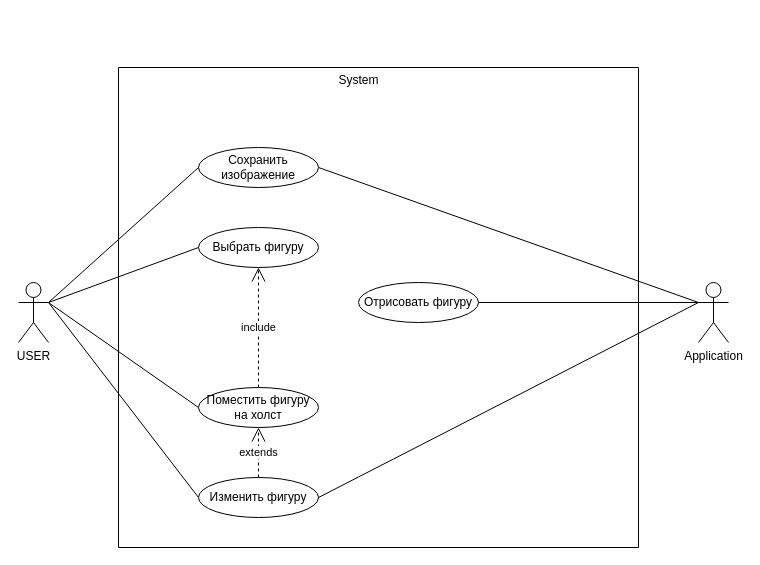
Before: Диаграмма без названия.drawio in MstislavRomanovski/ProgramIngeneering, a draw.io diagram. Source tidied: cells renumbered, new cells numbered last; positions are measured from the earlier drawing's top-left corner, leaving out a move shared by most shapes. Both pictures are drawn from the tidied source at 100%, with x=0, y=0 at pixel (18, 65).
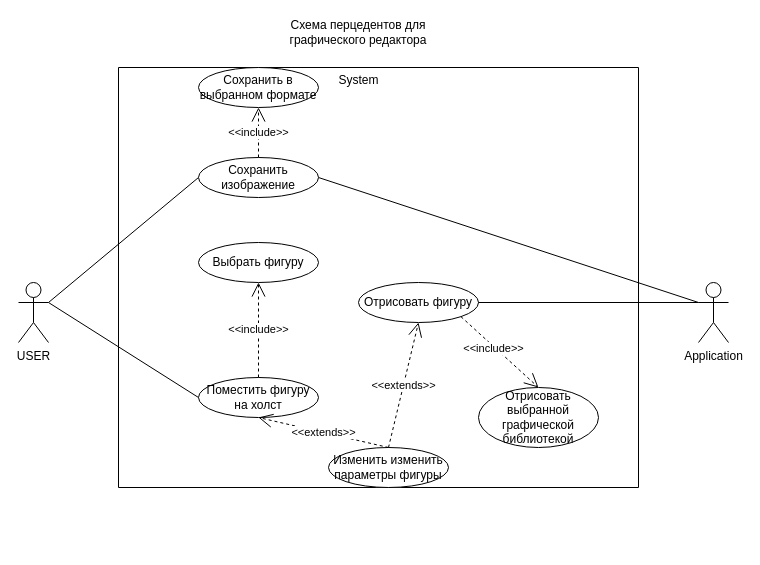
After the change.

The change refers to these unchanged cells:
```xml
<mxCell id="2" value="USER" style="shape=umlActor;verticalLabelPosition=bottom;verticalAlign=top;html=1;" parent="1" vertex="1">
  <mxGeometry y="217" width="30" height="60" as="geometry" />
</mxCell>
<mxCell id="13" value="Application" style="shape=umlActor;verticalLabelPosition=bottom;verticalAlign=top;html=1;" parent="1" vertex="1">
  <mxGeometry x="680" y="217" width="30" height="60" as="geometry" />
</mxCell>
<mxCell id="16" value="Отрисовать фигуру" style="ellipse;whiteSpace=wrap;html=1;" parent="15" vertex="1">
  <mxGeometry x="240" y="215" width="120" height="40" as="geometry" />
</mxCell>
```

The edit, as a diff of the source:
```diff
@@
-    <mxCell id="3" value="Выбрать фигуру" style="ellipse;whiteSpace=wrap;html=1;" parent="1" vertex="1">
-      <mxGeometry x="180" y="162" width="120" height="40" as="geometry" />
-    </mxCell>
@@
-    <mxCell id="5" value="Поместить фигуру на холст" style="ellipse;whiteSpace=wrap;html=1;" parent="1" vertex="1">
-      <mxGeometry x="180" y="322" width="120" height="40" as="geometry" />
-    </mxCell>
-    <mxCell id="6" value="include&lt;br&gt;" style="endArrow=open;endSize=12;dashed=1;html=1;rounded=0;exitX=0.5;exitY=0;exitDx=0;exitDy=0;entryX=0.5;entryY=1;entryDx=0;entryDy=0;" parent="1" edge="1" source="5" target="3">
-      <mxGeometry relative="1" as="geometry" />
-    </mxCell>
-    <mxCell id="7" value="Изменить фигуру" style="ellipse;whiteSpace=wrap;html=1;" parent="1" vertex="1">
-      <mxGeometry x="180" y="412" width="120" height="40" as="geometry" />
-    </mxCell>
-    <mxCell id="8" value="Сохранить изображение" style="ellipse;whiteSpace=wrap;html=1;" parent="1" vertex="1">
-      <mxGeometry x="180" y="82" width="120" height="40" as="geometry" />
-    </mxCell>
@@
-    <mxCell id="10" style="endArrow=none;html=1;rounded=0;entryX=0;entryY=0.5;entryDx=0;entryDy=0;exitX=1;exitY=0.3333333333333333;exitDx=0;exitDy=0;exitPerimeter=0;" parent="1" edge="1" source="2" target="3">
-      <mxGeometry relative="1" as="geometry" />
-    </mxCell>
-    <mxCell id="11" value="extends&lt;br&gt;" style="endArrow=open;endSize=12;dashed=1;html=1;rounded=0;entryX=0.5;entryY=1;entryDx=0;entryDy=0;exitX=0.5;exitY=0;exitDx=0;exitDy=0;" parent="1" edge="1" source="7" target="5">
-      <mxGeometry relative="1" as="geometry" />
-    </mxCell>
-    <mxCell id="12" style="endArrow=none;html=1;rounded=0;exitX=1;exitY=0.3333333333333333;exitDx=0;exitDy=0;exitPerimeter=0;entryX=0;entryY=0.5;entryDx=0;entryDy=0;" parent="1" edge="1" source="2" target="7">
-      <mxGeometry relative="1" as="geometry" />
-    </mxCell>
@@
     <mxCell id="15" style="swimlane;startSize=0;" parent="1" vertex="1">
-      <mxGeometry x="100" y="2" width="520" height="480" as="geometry" />
+      <mxGeometry x="100" y="2" width="520" height="420" as="geometry" />
     </mxCell>
@@
+    <mxCell id="7" value="Изменить изменить параметры фигуры" style="ellipse;whiteSpace=wrap;html=1;" parent="15" vertex="1">
+      <mxGeometry x="210" y="380" width="120" height="40" as="geometry" />
+    </mxCell>
+    <mxCell id="20" value="&amp;lt;&amp;lt;extends&amp;gt;&amp;gt;" style="endArrow=open;endSize=12;dashed=1;html=1;rounded=0;entryX=0.5;entryY=1;entryDx=0;entryDy=0;exitX=0.5;exitY=0;exitDx=0;exitDy=0;" parent="15" edge="1" source="7" target="16">
+      <mxGeometry relative="1" as="geometry" />
+    </mxCell>
+    <mxCell id="21" value="Сохранить в выбранном формате" style="ellipse;whiteSpace=wrap;html=1;" parent="15" vertex="1">
+      <mxGeometry x="80" width="120" height="40" as="geometry" />
+    </mxCell>
+    <mxCell id="22" value="Отрисовать выбранной графической библиотекой" style="ellipse;whiteSpace=wrap;html=1;" parent="15" vertex="1">
+      <mxGeometry x="360" y="320" width="120" height="60" as="geometry" />
+    </mxCell>
+    <mxCell id="23" style="endArrow=open;endSize=12;dashed=1;html=1;rounded=0;exitX=1;exitY=1;exitDx=0;exitDy=0;entryX=0.5;entryY=0;entryDx=0;entryDy=0;" parent="15" edge="1" source="16" target="22">
+      <mxGeometry relative="1" as="geometry" />
+    </mxCell>
+    <mxCell id="24" value="&amp;lt;&amp;lt;include&amp;gt;&amp;gt;" style="edgeLabel;html=1;align=center;verticalAlign=middle;" parent="23" vertex="1">
+      <mxGeometry x="-0.14" y="-2" relative="1" as="geometry" />
+    </mxCell>
+    <mxCell id="8" value="Сохранить изображение" style="ellipse;whiteSpace=wrap;html=1;" parent="15" vertex="1">
+      <mxGeometry x="80" y="90" width="120" height="40" as="geometry" />
+    </mxCell>
+    <mxCell id="25" value="&amp;lt;&amp;lt;include&amp;gt;&amp;gt;" style="endArrow=open;endSize=12;dashed=1;html=1;rounded=0;exitX=0.5;exitY=0;exitDx=0;exitDy=0;entryX=0.5;entryY=1;entryDx=0;entryDy=0;" parent="15" edge="1" source="8" target="21">
+      <mxGeometry relative="1" as="geometry" />
+    </mxCell>
+    <mxCell id="3" value="Выбрать фигуру" style="ellipse;whiteSpace=wrap;html=1;" parent="15" vertex="1">
+      <mxGeometry x="80" y="175" width="120" height="40" as="geometry" />
+    </mxCell>
+    <mxCell id="5" value="Поместить фигуру на холст" style="ellipse;whiteSpace=wrap;html=1;" parent="15" vertex="1">
+      <mxGeometry x="80" y="310" width="120" height="40" as="geometry" />
+    </mxCell>
+    <mxCell id="6" value="&amp;lt;&amp;lt;include&amp;gt;&amp;gt;" style="endArrow=open;endSize=12;dashed=1;html=1;rounded=0;exitX=0.5;exitY=0;exitDx=0;exitDy=0;entryX=0.5;entryY=1;entryDx=0;entryDy=0;" parent="15" edge="1" source="5" target="3">
+      <mxGeometry relative="1" as="geometry" />
+    </mxCell>
+    <mxCell id="11" value="&amp;lt;&amp;lt;extends&amp;gt;&amp;gt;" style="endArrow=open;endSize=12;dashed=1;html=1;rounded=0;entryX=0.5;entryY=1;entryDx=0;entryDy=0;exitX=0.5;exitY=0;exitDx=0;exitDy=0;" parent="15" edge="1" source="7" target="5">
+      <mxGeometry relative="1" as="geometry" />
+    </mxCell>
@@
-    <mxCell id="19" style="endArrow=none;html=1;rounded=0;entryX=0;entryY=0.3333333333333333;entryDx=0;entryDy=0;entryPerimeter=0;exitX=1;exitY=0.5;exitDx=0;exitDy=0;" parent="1" edge="1" source="7" target="13">
-      <mxGeometry relative="1" as="geometry" />
-    </mxCell>
+    <mxCell id="26" value="Схема перцедентов для графического редактора" style="text;html=1;strokeColor=none;fillColor=none;align=center;verticalAlign=middle;whiteSpace=wrap;rounded=0;" parent="1" vertex="1">
+      <mxGeometry x="245" y="-48" width="190" height="30" as="geometry" />
+    </mxCell>
```
